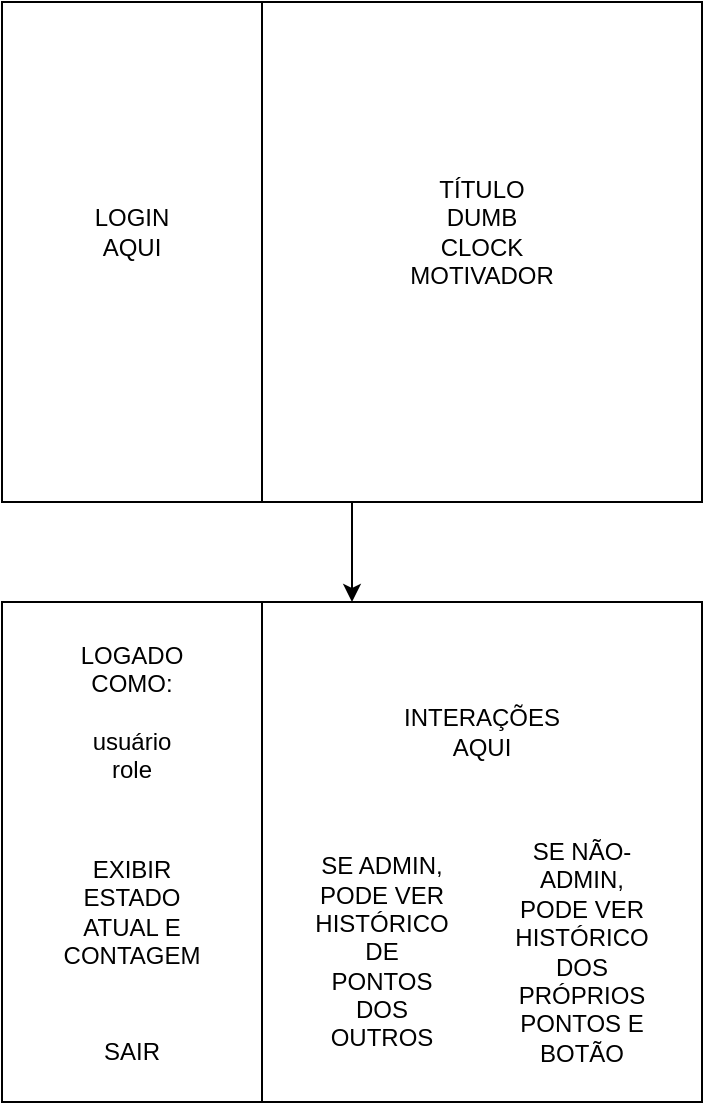
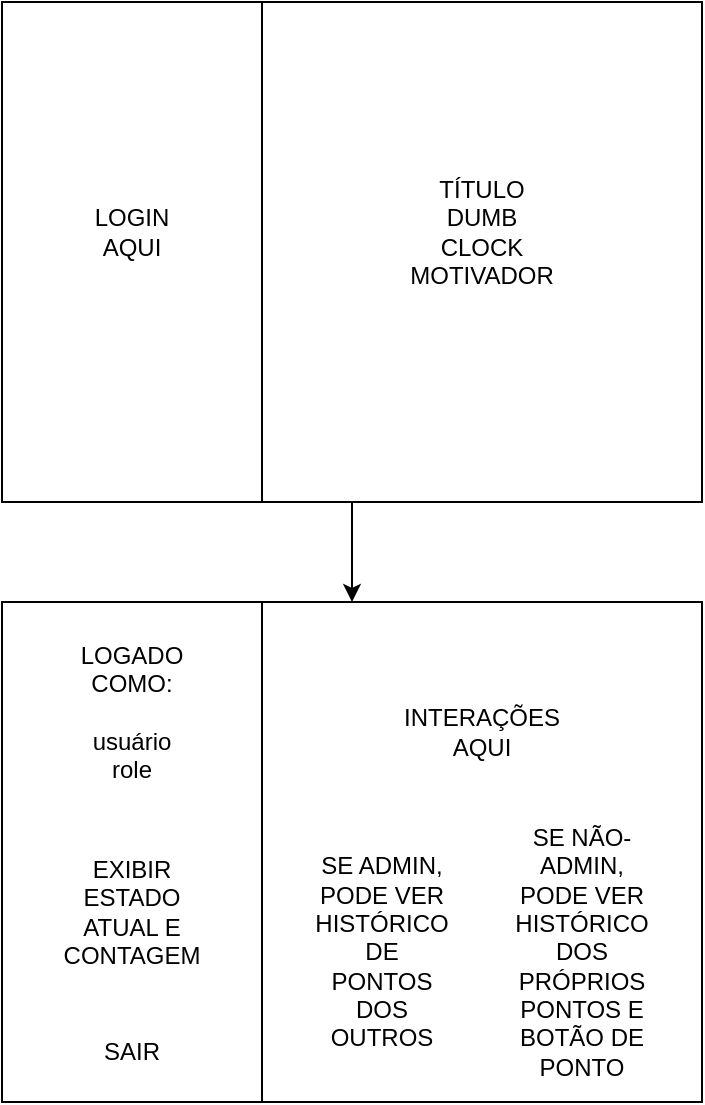
<mxfile host="65bd71144e">
    <diagram id="65y2UuGEiznF9UGc3oIL" name="Page-1">
-         <mxGraphModel dx="391" dy="473" grid="1" gridSize="10" guides="1" tooltips="1" connect="1" arrows="1" fold="1" page="1" pageScale="1" pageWidth="850" pageHeight="1100" math="0" shadow="0">
+         <mxGraphModel dx="662" dy="483" grid="1" gridSize="10" guides="1" tooltips="1" connect="1" arrows="1" fold="1" page="1" pageScale="1" pageWidth="850" pageHeight="1100" math="0" shadow="0">
            <root>
                <mxCell id="0"/>
                <mxCell id="1" parent="0"/>
-                 <mxCell id="17" style="edgeStyle=none;html=1;exitX=0.5;exitY=1;exitDx=0;exitDy=0;entryX=0.5;entryY=0;entryDx=0;entryDy=0;" edge="1" parent="1" source="2" target="8">
+                 <mxCell id="17" style="edgeStyle=none;html=1;exitX=0.5;exitY=1;exitDx=0;exitDy=0;entryX=0.5;entryY=0;entryDx=0;entryDy=0;" parent="1" source="2" target="8" edge="1">
                    <mxGeometry relative="1" as="geometry"/>
                </mxCell>
-                 <mxCell id="2" value="" style="rounded=0;whiteSpace=wrap;html=1;" vertex="1" parent="1">
+                 <mxCell id="2" value="" style="rounded=0;whiteSpace=wrap;html=1;" parent="1" vertex="1">
                    <mxGeometry x="70" y="110" width="350" height="250" as="geometry"/>
                </mxCell>
-                 <mxCell id="3" value="" style="rounded=0;whiteSpace=wrap;html=1;" vertex="1" parent="1">
+                 <mxCell id="3" value="" style="rounded=0;whiteSpace=wrap;html=1;" parent="1" vertex="1">
                    <mxGeometry x="70" y="110" width="130" height="250" as="geometry"/>
                </mxCell>
-                 <mxCell id="6" value="LOGIN AQUI" style="text;html=1;align=center;verticalAlign=middle;whiteSpace=wrap;rounded=0;" vertex="1" parent="1">
+                 <mxCell id="6" value="LOGIN AQUI" style="text;html=1;align=center;verticalAlign=middle;whiteSpace=wrap;rounded=0;" parent="1" vertex="1">
                    <mxGeometry x="105" y="210" width="60" height="30" as="geometry"/>
                </mxCell>
-                 <mxCell id="7" value="TÍTULO DUMB CLOCK&lt;div&gt;MOTIVADOR&lt;/div&gt;" style="text;html=1;align=center;verticalAlign=middle;whiteSpace=wrap;rounded=0;" vertex="1" parent="1">
+                 <mxCell id="7" value="TÍTULO DUMB CLOCK&lt;div&gt;MOTIVADOR&lt;/div&gt;" style="text;html=1;align=center;verticalAlign=middle;whiteSpace=wrap;rounded=0;" parent="1" vertex="1">
                    <mxGeometry x="280" y="210" width="60" height="30" as="geometry"/>
                </mxCell>
-                 <mxCell id="8" value="" style="rounded=0;whiteSpace=wrap;html=1;" vertex="1" parent="1">
+                 <mxCell id="8" value="" style="rounded=0;whiteSpace=wrap;html=1;" parent="1" vertex="1">
                    <mxGeometry x="70" y="410" width="350" height="250" as="geometry"/>
                </mxCell>
-                 <mxCell id="9" value="" style="rounded=0;whiteSpace=wrap;html=1;" vertex="1" parent="1">
+                 <mxCell id="9" value="" style="rounded=0;whiteSpace=wrap;html=1;" parent="1" vertex="1">
                    <mxGeometry x="70" y="410" width="130" height="250" as="geometry"/>
                </mxCell>
-                 <mxCell id="11" value="LOGADO COMO:&lt;div&gt;&lt;br&gt;&lt;/div&gt;&lt;div&gt;usuário&lt;/div&gt;&lt;div&gt;role&lt;/div&gt;" style="text;html=1;align=center;verticalAlign=middle;whiteSpace=wrap;rounded=0;" vertex="1" parent="1">
+                 <mxCell id="11" value="LOGADO COMO:&lt;div&gt;&lt;br&gt;&lt;/div&gt;&lt;div&gt;usuário&lt;/div&gt;&lt;div&gt;role&lt;/div&gt;" style="text;html=1;align=center;verticalAlign=middle;whiteSpace=wrap;rounded=0;" parent="1" vertex="1">
                    <mxGeometry x="105" y="450" width="60" height="30" as="geometry"/>
                </mxCell>
-                 <mxCell id="12" value="EXIBIR ESTADO ATUAL E CONTAGEM" style="text;html=1;align=center;verticalAlign=middle;whiteSpace=wrap;rounded=0;" vertex="1" parent="1">
+                 <mxCell id="12" value="EXIBIR ESTADO ATUAL E CONTAGEM" style="text;html=1;align=center;verticalAlign=middle;whiteSpace=wrap;rounded=0;" parent="1" vertex="1">
                    <mxGeometry x="105" y="550" width="60" height="30" as="geometry"/>
                </mxCell>
-                 <mxCell id="13" value="INTERAÇÕES AQUI" style="text;html=1;align=center;verticalAlign=middle;whiteSpace=wrap;rounded=0;" vertex="1" parent="1">
+                 <mxCell id="13" value="INTERAÇÕES AQUI" style="text;html=1;align=center;verticalAlign=middle;whiteSpace=wrap;rounded=0;" parent="1" vertex="1">
                    <mxGeometry x="280" y="460" width="60" height="30" as="geometry"/>
                </mxCell>
-                 <mxCell id="14" value="SE ADMIN, PODE VER HISTÓRICO DE PONTOS DOS OUTROS" style="text;html=1;align=center;verticalAlign=middle;whiteSpace=wrap;rounded=0;" vertex="1" parent="1">
+                 <mxCell id="14" value="SE ADMIN, PODE VER HISTÓRICO DE PONTOS DOS OUTROS" style="text;html=1;align=center;verticalAlign=middle;whiteSpace=wrap;rounded=0;" parent="1" vertex="1">
                    <mxGeometry x="230" y="570" width="60" height="30" as="geometry"/>
                </mxCell>
-                 <mxCell id="16" value="SE NÃO-ADMIN, PODE VER HISTÓRICO DOS PRÓPRIOS PONTOS E BOTÃO" style="text;html=1;align=center;verticalAlign=middle;whiteSpace=wrap;rounded=0;" vertex="1" parent="1">
+                 <mxCell id="16" value="SE NÃO-ADMIN, PODE VER HISTÓRICO DOS PRÓPRIOS PONTOS E BOTÃO DE PONTO" style="text;html=1;align=center;verticalAlign=middle;whiteSpace=wrap;rounded=0;" parent="1" vertex="1">
                    <mxGeometry x="330" y="570" width="60" height="30" as="geometry"/>
                </mxCell>
-                 <mxCell id="18" value="SAIR" style="text;html=1;align=center;verticalAlign=middle;whiteSpace=wrap;rounded=0;" vertex="1" parent="1">
+                 <mxCell id="18" value="SAIR" style="text;html=1;align=center;verticalAlign=middle;whiteSpace=wrap;rounded=0;" parent="1" vertex="1">
                    <mxGeometry x="105" y="620" width="60" height="30" as="geometry"/>
                </mxCell>
            </root>
        </mxGraphModel>
    </diagram>
</mxfile>